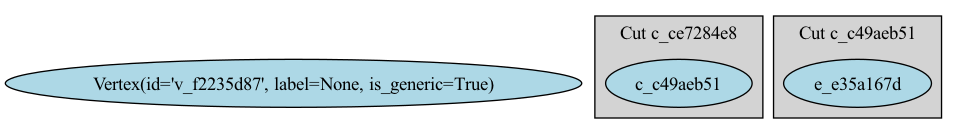
The Graphviz diagram visual_output/double_cut.png in mijahauan/Arisbe, before a commit. Its source is kept beside it as visual_output/double_cut.dot. The source it was exported from:
```dot
digraph EG {
  rankdir=TB;
  node [shape=ellipse, style=filled, fillcolor=lightblue];
  edge [color=darkblue];

  "Vertex(id='v_f2235d87', label=None, is_generic=True)" [label="Vertex(id='v_f2235d87', label=None, is_generic=True)"];
  subgraph cluster_0 {
    label="Cut c_ce7284e8";
    style=filled;
    fillcolor=lightgray;
    "c_c49aeb51";
  }
  subgraph cluster_1 {
    label="Cut c_c49aeb51";
    style=filled;
    fillcolor=lightgray;
    "e_e35a167d";
  }
}
```
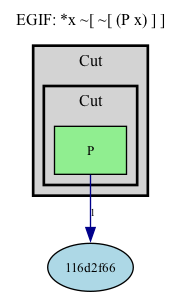
After the commit.

The edit, as a diff of the source:
```diff
@@ -1,19 +1,30 @@
 digraph EG {
   rankdir=TB;
-  node [shape=ellipse, style=filled, fillcolor=lightblue];
-  edge [color=darkblue];
+  compound=true;
+  node [fontsize=10];
 
-  "Vertex(id='v_f2235d87', label=None, is_generic=True)" [label="Vertex(id='v_f2235d87', label=None, is_generic=True)"];
-  subgraph cluster_0 {
-    label="Cut c_ce7284e8";
+  label="EGIF: *x ~[ ~[ (P x) ] ]";
+  labelloc="t";
+  fontsize=12;
+
+  "pred_e_ea9335ab" [label="P", shape=box, style=filled, fillcolor=lightgreen];
+  "Vertex(id='v_116d2f66', label=None, is_generic=True)" [label="116d2f66", shape=ellipse, style=filled, fillcolor=lightblue];
+  subgraph cluster_0_0 {
+    label="Cut";
     style=filled;
     fillcolor=lightgray;
-    "c_c49aeb51";
+    color=black;
+    penwidth=2;
+    subgraph cluster_1_0 {
+      label="Cut";
+      style=filled;
+      fillcolor=lightgray;
+      color=black;
+      penwidth=2;
+      "pred_e_ea9335ab";
+    }
+
   }
-  subgraph cluster_1 {
-    label="Cut c_c49aeb51";
-    style=filled;
-    fillcolor=lightgray;
-    "e_e35a167d";
-  }
+
+  "pred_e_ea9335ab" -> "Vertex(id='v_116d2f66', label=None, is_generic=True)" [label="1", color=darkblue, fontsize=8];
 }
```
